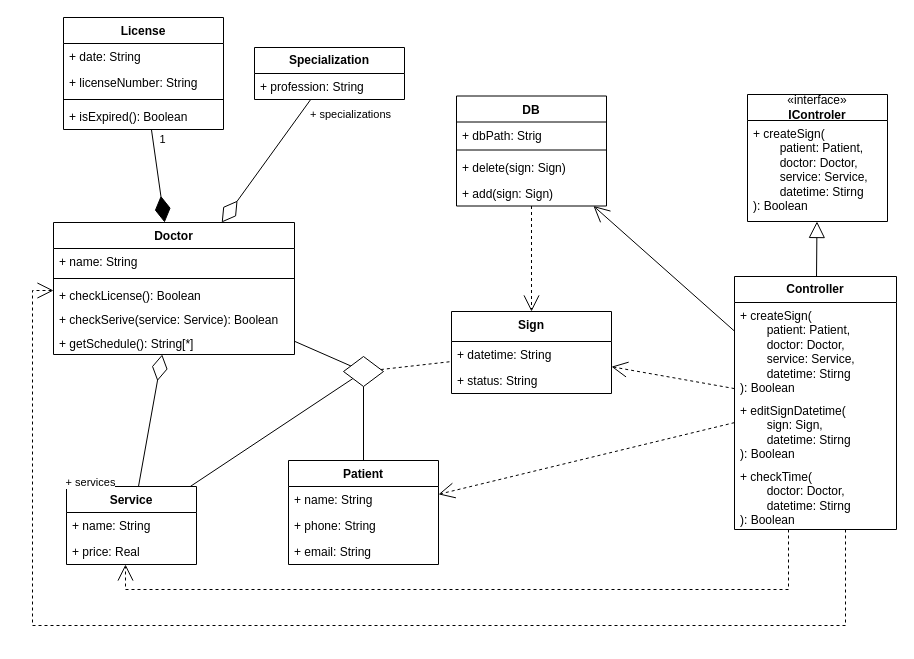
This is page "классов" (4 of 6) of 2 лаба.drawio from Encorsio23/OOAPGovorovMikhailitsinMuslimov, a draw.io file, before an edit. Source tidied: cells renumbered, new cells numbered last; positions are measured from the earlier drawing's top-left corner, leaving out a move shared by most shapes. Both pictures are drawn from the tidied source at 100%, with x=0, y=0 at pixel (32, 17).
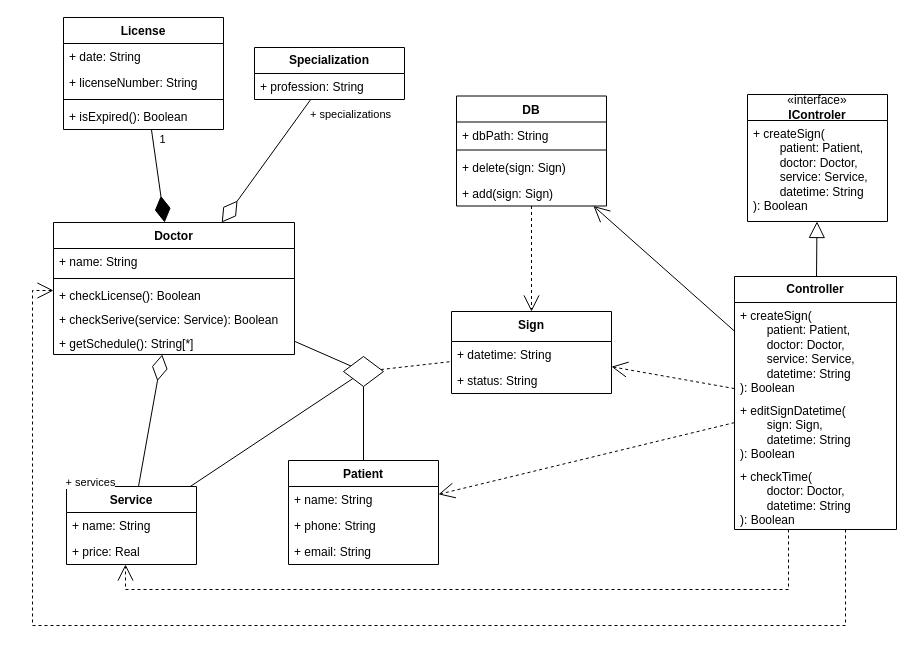
Above is the later version.

The change refers to these unchanged cells:
```xml
<mxCell id="3" value="DB" style="swimlane;fontStyle=1;align=center;verticalAlign=top;horizontal=1;startSize=26;whiteSpace=wrap;html=1;" parent="1" vertex="1">
  <mxGeometry x="424" y="78.5" width="150" height="110" as="geometry" />
</mxCell>
<mxCell id="26" value="«interface»&lt;br&gt;&lt;b&gt;IControler&lt;/b&gt;" style="swimlane;fontStyle=0;horizontal=1;startSize=26;fillColor=none;whiteSpace=wrap;html=1;" parent="1" vertex="1">
  <mxGeometry x="715" y="77" width="140" height="127" as="geometry" />
</mxCell>
<mxCell id="30" value="&lt;span style=&quot;font-weight: 700;&quot;&gt;Controller&lt;/span&gt;" style="swimlane;fontStyle=0;horizontal=1;startSize=26;fillColor=none;whiteSpace=wrap;html=1;" parent="1" vertex="1">
  <mxGeometry x="702" y="259" width="162" height="253" as="geometry" />
</mxCell>
```

What changed in the source:
```diff
@@
-    <mxCell id="4" value="+ dbPath: Strig" style="text;strokeColor=none;fillColor=none;align=left;verticalAlign=top;spacingLeft=4;spacingRight=4;overflow=hidden;whiteSpace=wrap;html=1;" parent="3" vertex="1">
+    <mxCell id="4" value="+ dbPath: String" style="text;strokeColor=none;fillColor=none;align=left;verticalAlign=top;spacingLeft=4;spacingRight=4;overflow=hidden;whiteSpace=wrap;html=1;" parent="3" vertex="1">
       <mxGeometry y="26" width="150" height="24" as="geometry" />
     </mxCell>
@@
-    <mxCell id="27" value="+ createSign(&lt;div&gt;&lt;span style=&quot;white-space: pre;&quot;&gt;&#9;&lt;/span&gt;patient: Patient,&lt;/div&gt;&lt;div&gt;&lt;span style=&quot;white-space: pre;&quot;&gt;&#9;&lt;/span&gt;doctor: Doctor,&lt;/div&gt;&lt;div&gt;&lt;span style=&quot;white-space: pre;&quot;&gt;&#9;&lt;/span&gt;service: Service,&lt;/div&gt;&lt;div&gt;&lt;span style=&quot;white-space: pre;&quot;&gt;&#9;&lt;/span&gt;datetime: Stirng&lt;/div&gt;&lt;div&gt;):&amp;nbsp;&lt;span style=&quot;background-color: transparent; color: light-dark(rgb(0, 0, 0), rgb(255, 255, 255));&quot;&gt;Boolean&lt;/span&gt;&lt;/div&gt;" style="text;strokeColor=none;fillColor=none;align=left;verticalAlign=top;spacingLeft=4;spacingRight=4;overflow=hidden;whiteSpace=wrap;html=1;" parent="26" vertex="1">
+    <mxCell id="27" value="+ createSign(&lt;div&gt;&lt;span style=&quot;white-space: pre;&quot;&gt;&#9;&lt;/span&gt;patient: Patient,&lt;/div&gt;&lt;div&gt;&lt;span style=&quot;white-space: pre;&quot;&gt;&#9;&lt;/span&gt;doctor: Doctor,&lt;/div&gt;&lt;div&gt;&lt;span style=&quot;white-space: pre;&quot;&gt;&#9;&lt;/span&gt;service: Service,&lt;/div&gt;&lt;div&gt;&lt;span style=&quot;white-space: pre;&quot;&gt;&#9;&lt;/span&gt;datetime: String&lt;/div&gt;&lt;div&gt;):&amp;nbsp;&lt;span style=&quot;background-color: transparent; color: light-dark(rgb(0, 0, 0), rgb(255, 255, 255));&quot;&gt;Boolean&lt;/span&gt;&lt;/div&gt;" style="text;strokeColor=none;fillColor=none;align=left;verticalAlign=top;spacingLeft=4;spacingRight=4;overflow=hidden;whiteSpace=wrap;html=1;" parent="26" vertex="1">
       <mxGeometry y="26" width="140" height="101" as="geometry" />
     </mxCell>
@@
-    <mxCell id="31" value="+ createSign(&lt;div&gt;&lt;span style=&quot;white-space: pre;&quot;&gt;&#9;&lt;/span&gt;patient: Patient,&lt;/div&gt;&lt;div&gt;&lt;span style=&quot;white-space: pre;&quot;&gt;&#9;&lt;/span&gt;doctor: Doctor,&lt;/div&gt;&lt;div&gt;&lt;span style=&quot;white-space: pre;&quot;&gt;&#9;&lt;/span&gt;service: Service,&lt;/div&gt;&lt;div&gt;&lt;div&gt;&lt;span style=&quot;white-space: pre;&quot;&gt;&#9;&lt;/span&gt;datetime: Stirng&lt;/div&gt;&lt;/div&gt;&lt;div&gt;):&amp;nbsp;&lt;span style=&quot;background-color: transparent; color: light-dark(rgb(0, 0, 0), rgb(255, 255, 255));&quot;&gt;Boolean&lt;/span&gt;&lt;/div&gt;" style="text;strokeColor=none;fillColor=none;align=left;verticalAlign=top;spacingLeft=4;spacingRight=4;overflow=hidden;whiteSpace=wrap;html=1;" parent="30" vertex="1">
+    <mxCell id="31" value="+ createSign(&lt;div&gt;&lt;span style=&quot;white-space: pre;&quot;&gt;&#9;&lt;/span&gt;patient: Patient,&lt;/div&gt;&lt;div&gt;&lt;span style=&quot;white-space: pre;&quot;&gt;&#9;&lt;/span&gt;doctor: Doctor,&lt;/div&gt;&lt;div&gt;&lt;span style=&quot;white-space: pre;&quot;&gt;&#9;&lt;/span&gt;service: Service,&lt;/div&gt;&lt;div&gt;&lt;div&gt;&lt;span style=&quot;white-space: pre;&quot;&gt;&#9;&lt;/span&gt;datetime: String&lt;/div&gt;&lt;/div&gt;&lt;div&gt;):&amp;nbsp;&lt;span style=&quot;background-color: transparent; color: light-dark(rgb(0, 0, 0), rgb(255, 255, 255));&quot;&gt;Boolean&lt;/span&gt;&lt;/div&gt;" style="text;strokeColor=none;fillColor=none;align=left;verticalAlign=top;spacingLeft=4;spacingRight=4;overflow=hidden;whiteSpace=wrap;html=1;" parent="30" vertex="1">
       <mxGeometry y="26" width="162" height="95" as="geometry" />
     </mxCell>
-    <mxCell id="32" value="+ editSignDatetime(&lt;div&gt;&lt;span style=&quot;white-space: pre;&quot;&gt;&#9;&lt;/span&gt;sign: Sign,&lt;/div&gt;&lt;div&gt;&lt;span style=&quot;white-space: pre;&quot;&gt;&#9;&lt;/span&gt;datetime: Stirng&lt;br&gt;&lt;/div&gt;&lt;div&gt;): Boolean&lt;/div&gt;" style="text;strokeColor=none;fillColor=none;align=left;verticalAlign=top;spacingLeft=4;spacingRight=4;overflow=hidden;whiteSpace=wrap;html=1;" parent="30" vertex="1">
+    <mxCell id="32" value="+ editSignDatetime(&lt;div&gt;&lt;span style=&quot;white-space: pre;&quot;&gt;&#9;&lt;/span&gt;sign: Sign,&lt;/div&gt;&lt;div&gt;&lt;span style=&quot;white-space: pre;&quot;&gt;&#9;&lt;/span&gt;datetime: String&lt;br&gt;&lt;/div&gt;&lt;div&gt;): Boolean&lt;/div&gt;" style="text;strokeColor=none;fillColor=none;align=left;verticalAlign=top;spacingLeft=4;spacingRight=4;overflow=hidden;whiteSpace=wrap;html=1;" parent="30" vertex="1">
       <mxGeometry y="121" width="162" height="66" as="geometry" />
     </mxCell>
-    <mxCell id="33" value="+ checkTime(&lt;div&gt;&lt;span style=&quot;white-space: pre;&quot;&gt;&#9;&lt;/span&gt;doctor: Doctor,&lt;/div&gt;&lt;div&gt;&lt;span style=&quot;white-space: pre;&quot;&gt;&#9;&lt;/span&gt;datetime: Stirng&lt;br&gt;&lt;/div&gt;&lt;div&gt;): Boolean&lt;/div&gt;" style="text;strokeColor=none;fillColor=none;align=left;verticalAlign=top;spacingLeft=4;spacingRight=4;overflow=hidden;whiteSpace=wrap;html=1;" parent="30" vertex="1">
+    <mxCell id="33" value="+ checkTime(&lt;div&gt;&lt;span style=&quot;white-space: pre;&quot;&gt;&#9;&lt;/span&gt;doctor: Doctor,&lt;/div&gt;&lt;div&gt;&lt;span style=&quot;white-space: pre;&quot;&gt;&#9;&lt;/span&gt;datetime: String&lt;br&gt;&lt;/div&gt;&lt;div&gt;): Boolean&lt;/div&gt;" style="text;strokeColor=none;fillColor=none;align=left;verticalAlign=top;spacingLeft=4;spacingRight=4;overflow=hidden;whiteSpace=wrap;html=1;" parent="30" vertex="1">
       <mxGeometry y="187" width="162" height="66" as="geometry" />
     </mxCell>
```
